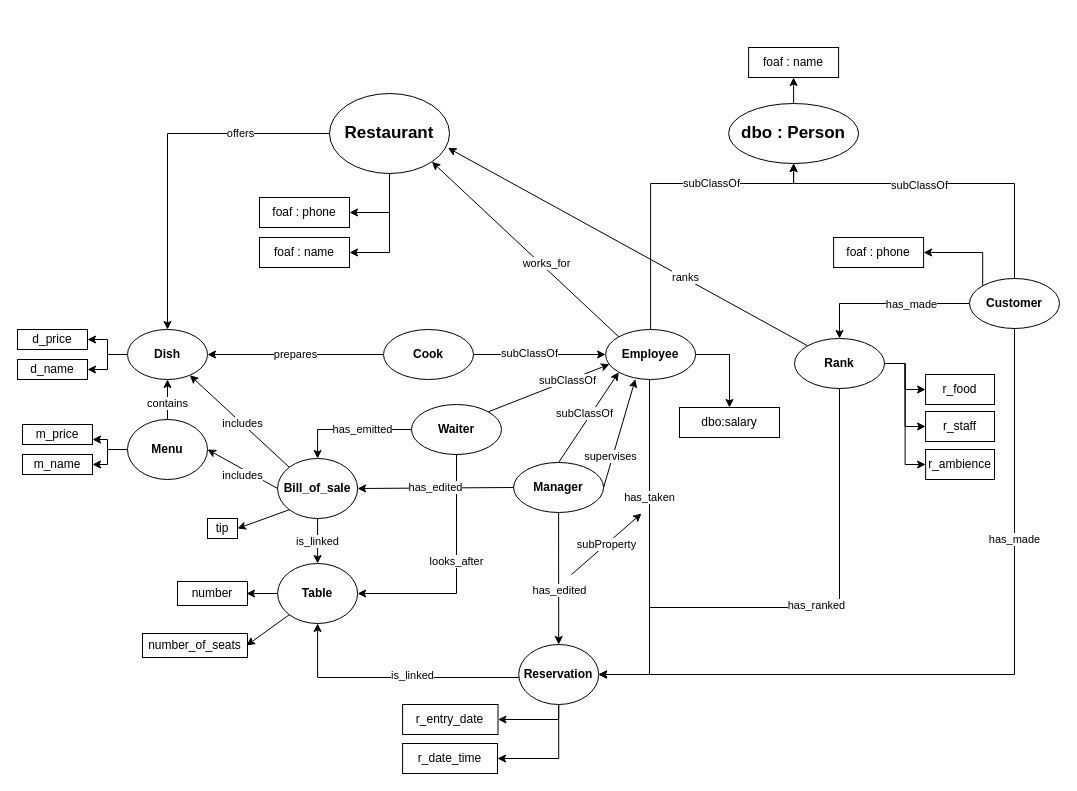
CH-KevinDubois/MAS-RAD-4-WEB-Mini-Projet keeps this draw.io diagram as schema/schema.dio. Above is the earlier version. Source tidied: cells renumbered, new cells numbered last; positions are measured from the earlier drawing's top-left corner, leaving out a move shared by most shapes. Both pictures are drawn from the tidied source at 100%, with x=0, y=0 at pixel (17, 47).
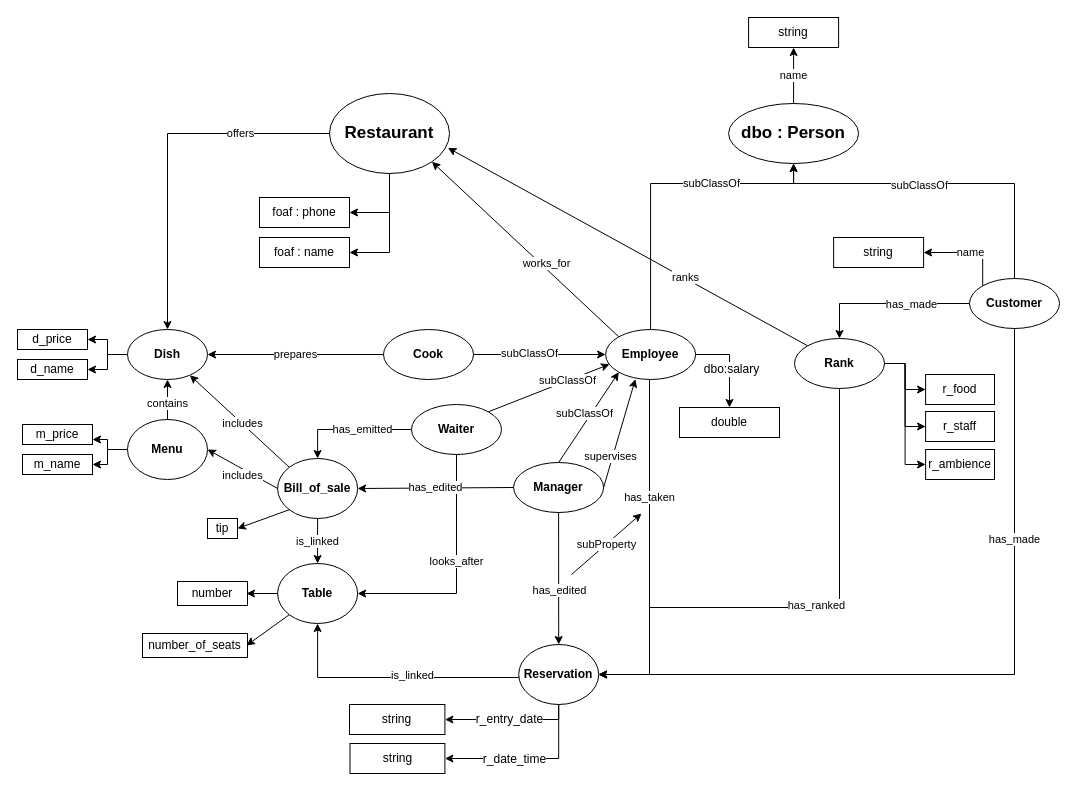
Above is the later version.

Commit message:
Maj schéma

Unchanged cells that the change refers to:
```xml
<mxCell id="7" value="&lt;font style=&quot;font-size: 17px&quot;&gt;dbo : Person&lt;/font&gt;" style="ellipse;whiteSpace=wrap;html=1;fontStyle=1;" parent="1" vertex="1">
  <mxGeometry x="711.1" y="56" width="130" height="60" as="geometry" />
</mxCell>
<mxCell id="9" style="edgeStyle=orthogonalEdgeStyle;rounded=0;jettySize=auto;html=1;" parent="1" edge="1" source="11" target="62">
  <mxGeometry relative="1" as="geometry">
    <Array as="points">
      <mxPoint x="712" y="307" />
    </Array>
  </mxGeometry>
</mxCell>
<mxCell id="19" value="Customer" style="ellipse;whiteSpace=wrap;html=1;fontStyle=1;" parent="1" vertex="1">
  <mxGeometry x="952" y="231" width="90" height="50" as="geometry" />
</mxCell>
<mxCell id="32" style="edgeStyle=orthogonalEdgeStyle;rounded=0;jettySize=auto;html=1;entryX=1;entryY=0.5;entryDx=0;entryDy=0;" parent="1" edge="1" source="33" target="35">
  <mxGeometry relative="1" as="geometry">
    <Array as="points">
      <mxPoint x="541" y="711" />
    </Array>
  </mxGeometry>
</mxCell>
<mxCell id="33" value="&lt;font style=&quot;font-size: 12px&quot;&gt;Reservation&lt;/font&gt;" style="ellipse;whiteSpace=wrap;html=1;fontStyle=1;" parent="1" vertex="1">
  <mxGeometry x="501.2" y="597" width="80" height="60" as="geometry" />
</mxCell>
```

What changed in the source:
```diff
@@
-    <mxCell id="6" style="edgeStyle=orthogonalEdgeStyle;rounded=0;jettySize=auto;html=1;exitX=0.5;exitY=0;exitDx=0;exitDy=0;entryX=0.5;entryY=1;entryDx=0;entryDy=0;" parent="1" edge="1" source="7" target="61">
+    <mxCell id="6" value="name" style="edgeStyle=orthogonalEdgeStyle;rounded=0;jettySize=auto;html=1;exitX=0.5;exitY=0;exitDx=0;exitDy=0;entryX=0.5;entryY=1;entryDx=0;entryDy=0;" parent="1" edge="1" source="7" target="61">
       <mxGeometry relative="1" as="geometry" />
     </mxCell>
@@
+    <mxCell id="87" value="&lt;span style=&quot;font-size: 12px&quot;&gt;dbo:salary&lt;/span&gt;" style="edgeLabel;html=1;align=center;verticalAlign=middle;" parent="9" vertex="1">
+      <mxGeometry x="-0.22" y="-14" relative="1" as="geometry">
+        <mxPoint x="15" y="14" as="offset" />
+      </mxGeometry>
+    </mxCell>
@@
-    <mxCell id="18" style="edgeStyle=orthogonalEdgeStyle;rounded=0;jettySize=auto;html=1;entryX=1;entryY=0.5;entryDx=0;entryDy=0;exitX=0;exitY=0;exitDx=0;exitDy=0;" parent="1" edge="1" source="19" target="86">
+    <mxCell id="18" value="name" style="edgeStyle=orthogonalEdgeStyle;rounded=0;jettySize=auto;html=1;entryX=1;entryY=0.5;entryDx=0;entryDy=0;exitX=0;exitY=0;exitDx=0;exitDy=0;" parent="1" edge="1" source="19" target="86">
       <mxGeometry relative="1" as="geometry">
         <Array as="points">
           <mxPoint x="965" y="205" />
         </Array>
       </mxGeometry>
     </mxCell>
@@
-    <mxCell id="31" style="edgeStyle=orthogonalEdgeStyle;rounded=0;jettySize=auto;html=1;entryX=1;entryY=0.5;entryDx=0;entryDy=0;" parent="1" edge="1" source="33" target="34">
+    <mxCell id="31" value="&lt;span style=&quot;font-size: 12px&quot;&gt;r_entry_date&lt;/span&gt;" style="edgeStyle=orthogonalEdgeStyle;rounded=0;jettySize=auto;html=1;entryX=1;entryY=0.5;entryDx=0;entryDy=0;" parent="1" edge="1" source="33" target="34">
       <mxGeometry relative="1" as="geometry">
         <Array as="points">
           <mxPoint x="541" y="672" />
         </Array>
       </mxGeometry>
     </mxCell>
@@
+    <mxCell id="88" value="&lt;span style=&quot;font-size: 12px&quot;&gt;r_date_time&lt;/span&gt;" style="edgeLabel;html=1;align=center;verticalAlign=middle;" parent="32" vertex="1">
+      <mxGeometry x="0.12" y="3" relative="1" as="geometry">
+        <mxPoint x="-5" y="-3" as="offset" />
+      </mxGeometry>
+    </mxCell>
@@
-    <mxCell id="34" value="r_entry_date" style="rounded=0;whiteSpace=wrap;html=1;" parent="1" vertex="1">
-      <mxGeometry x="385.1" y="657" width="95.4" height="30" as="geometry" />
+    <mxCell id="34" value="string" style="rounded=0;whiteSpace=wrap;html=1;" parent="1" vertex="1">
+      <mxGeometry x="332" y="657" width="95.4" height="30" as="geometry" />
     </mxCell>
-    <mxCell id="35" value="r_date_time" style="rounded=0;whiteSpace=wrap;html=1;" parent="1" vertex="1">
-      <mxGeometry x="385.1" y="696" width="94.9" height="30" as="geometry" />
+    <mxCell id="35" value="string" style="rounded=0;whiteSpace=wrap;html=1;" parent="1" vertex="1">
+      <mxGeometry x="332.5" y="696" width="94.9" height="30" as="geometry" />
     </mxCell>
@@
-    <mxCell id="61" value="foaf : name" style="rounded=0;whiteSpace=wrap;html=1;" parent="1" vertex="1">
-      <mxGeometry x="731.1" width="90" height="30" as="geometry" />
+    <mxCell id="61" value="string" style="rounded=0;whiteSpace=wrap;html=1;" parent="1" vertex="1">
+      <mxGeometry x="731.1" y="-30" width="90" height="30" as="geometry" />
     </mxCell>
-    <mxCell id="62" value="dbo:salary" style="rounded=0;whiteSpace=wrap;html=1;" parent="1" vertex="1">
+    <mxCell id="62" value="double" style="rounded=0;whiteSpace=wrap;html=1;" parent="1" vertex="1">
       <mxGeometry x="662" y="360" width="100" height="30" as="geometry" />
     </mxCell>
@@
-    <mxCell id="86" value="foaf : phone" style="rounded=0;whiteSpace=wrap;html=1;" parent="1" vertex="1">
+    <mxCell id="86" value="string" style="rounded=0;whiteSpace=wrap;html=1;" parent="1" vertex="1">
       <mxGeometry x="816.1" y="190" width="90" height="30" as="geometry" />
     </mxCell>
```
